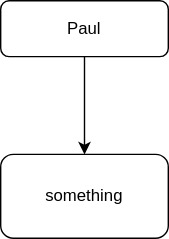
This is docs/paul.drawio.svg from turnbros/paul, a draw.io export, as it was before one commit. Source tidied: cells renumbered, new cells last; positions are measured from the earlier drawing's top-left corner, leaving out a move shared by most shapes. Its diagram source:
```xml
<mxGraphModel>
  <root>
    <mxCell id="0" />
    <mxCell id="1" parent="0" />
    <mxCell id="2" style="edgeStyle=none;html=1;" parent="1" edge="1" source="3" target="4">
      <mxGeometry relative="1" as="geometry" />
    </mxCell>
    <mxCell id="3" value="Paul" style="rounded=1;whiteSpace=wrap;html=1;" parent="1" vertex="1">
      <mxGeometry width="120" height="40" as="geometry" />
    </mxCell>
    <mxCell id="4" value="something" style="whiteSpace=wrap;html=1;rounded=1;" parent="1" vertex="1">
      <mxGeometry y="110" width="120" height="60" as="geometry" />
    </mxCell>
  </root>
</mxGraphModel>
```
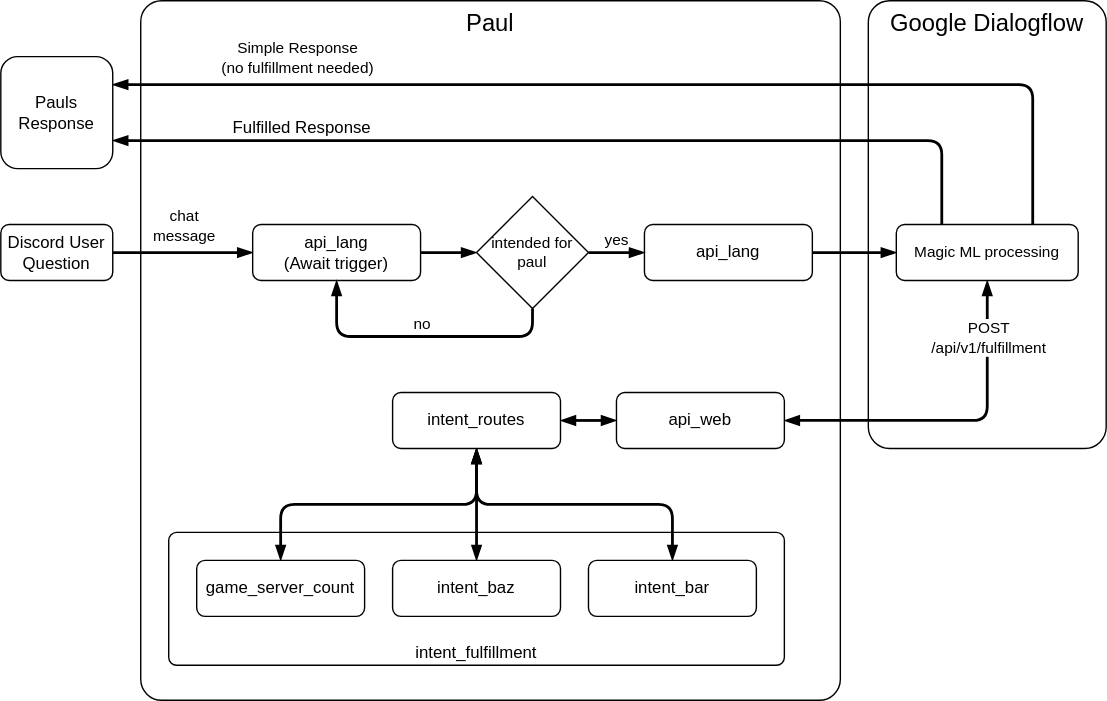
Above is the later version.

Diff of the diagram source:
```diff
@@ -2,14 +2,126 @@
   <root>
     <mxCell id="0" />
     <mxCell id="1" parent="0" />
+    <mxCell id="3" value="Paul" style="rounded=1;whiteSpace=wrap;html=1;arcSize=3;verticalAlign=top;fontSize=17;" parent="1" vertex="1">
+      <mxGeometry x="-240" width="500" height="500" as="geometry" />
+    </mxCell>
+    <mxCell id="5" value="Google Dialogflow" style="rounded=1;whiteSpace=wrap;html=1;imageHeight=24;arcSize=9;verticalAlign=top;fontSize=17;" parent="1" vertex="1">
+      <mxGeometry x="280" width="170" height="320" as="geometry" />
+    </mxCell>
+    <mxCell id="6" value="intent_fulfillment" style="rounded=1;whiteSpace=wrap;html=1;fontSize=12;verticalAlign=bottom;arcSize=6;" parent="1" vertex="1">
+      <mxGeometry x="-220" y="380" width="440" height="95" as="geometry" />
+    </mxCell>
+    <mxCell id="7" style="edgeStyle=none;html=1;strokeWidth=2;endArrow=blockThin;endFill=1;" parent="1" edge="1" source="4" target="2">
+      <mxGeometry relative="1" as="geometry" />
+    </mxCell>
+    <mxCell id="8" value="chat&lt;br&gt;message" style="edgeLabel;html=1;align=center;verticalAlign=middle;" parent="7" vertex="1">
+      <mxGeometry x="-0.1" y="-4" relative="1" as="geometry">
+        <mxPoint x="5" y="-24" as="offset" />
+      </mxGeometry>
+    </mxCell>
+    <mxCell id="4" value="Discord User Question" style="whiteSpace=wrap;html=1;rounded=1;" parent="1" vertex="1">
+      <mxGeometry x="-340" y="160" width="80" height="40" as="geometry" />
+    </mxCell>
+    <mxCell id="9" style="edgeStyle=none;html=1;fontSize=11;strokeWidth=2;endArrow=blockThin;endFill=1;" parent="1" edge="1" source="2" target="16">
+      <mxGeometry relative="1" as="geometry" />
+    </mxCell>
-    <mxCell id="2" style="edgeStyle=none;html=1;" parent="1" edge="1" source="3" target="4">
-      <mxGeometry relative="1" as="geometry" />
+    <mxCell id="2" value="api_lang&lt;br&gt;(Await trigger)" style="whiteSpace=wrap;html=1;rounded=1;" parent="1" vertex="1">
+      <mxGeometry x="-160" y="160" width="120" height="40" as="geometry" />
     </mxCell>
-    <mxCell id="3" value="Paul" style="rounded=1;whiteSpace=wrap;html=1;" parent="1" vertex="1">
-      <mxGeometry width="120" height="40" as="geometry" />
-    </mxCell>
-    <mxCell id="4" value="something" style="whiteSpace=wrap;html=1;rounded=1;" parent="1" vertex="1">
-      <mxGeometry y="110" width="120" height="60" as="geometry" />
-    </mxCell>
+    <mxCell id="10" style="edgeStyle=orthogonalEdgeStyle;rounded=1;html=1;entryX=0;entryY=0.5;entryDx=0;entryDy=0;fontSize=11;strokeWidth=2;endArrow=blockThin;endFill=1;" parent="1" edge="1" source="11" target="23">
+      <mxGeometry relative="1" as="geometry" />
+    </mxCell>
+    <mxCell id="11" value="api_lang" style="whiteSpace=wrap;html=1;rounded=1;" parent="1" vertex="1">
+      <mxGeometry x="120" y="160" width="120" height="40" as="geometry" />
+    </mxCell>
+    <mxCell id="12" style="edgeStyle=orthogonalEdgeStyle;html=1;entryX=0.5;entryY=1;entryDx=0;entryDy=0;fontSize=11;exitX=0.5;exitY=1;exitDx=0;exitDy=0;rounded=1;strokeWidth=2;endArrow=blockThin;endFill=1;" parent="1" edge="1" source="16" target="2">
+      <mxGeometry relative="1" as="geometry">
+        <Array as="points">
+          <mxPoint x="40" y="240" />
+          <mxPoint x="-100" y="240" />
+        </Array>
+      </mxGeometry>
+    </mxCell>
+    <mxCell id="13" value="no" style="edgeLabel;html=1;align=center;verticalAlign=middle;fontSize=11;" parent="12" vertex="1">
+      <mxGeometry x="0.32" y="-3" relative="1" as="geometry">
+        <mxPoint x="32" y="-7" as="offset" />
+      </mxGeometry>
+    </mxCell>
+    <mxCell id="14" style="edgeStyle=orthogonalEdgeStyle;rounded=1;html=1;entryX=0;entryY=0.5;entryDx=0;entryDy=0;fontSize=11;strokeWidth=2;endArrow=blockThin;endFill=1;" parent="1" edge="1" source="16" target="11">
+      <mxGeometry relative="1" as="geometry" />
+    </mxCell>
+    <mxCell id="15" value="yes" style="edgeLabel;html=1;align=center;verticalAlign=middle;fontSize=11;" parent="14" vertex="1">
+      <mxGeometry x="-0.05" y="-2" relative="1" as="geometry">
+        <mxPoint y="-12" as="offset" />
+      </mxGeometry>
+    </mxCell>
+    <mxCell id="16" value="&lt;font style=&quot;font-size: 11px&quot;&gt;intended for paul&lt;/font&gt;" style="rhombus;whiteSpace=wrap;html=1;fontSize=11;" parent="1" vertex="1">
+      <mxGeometry y="140" width="80" height="80" as="geometry" />
+    </mxCell>
+    <mxCell id="17" style="edgeStyle=orthogonalEdgeStyle;rounded=1;html=1;entryX=1;entryY=0.25;entryDx=0;entryDy=0;fontSize=11;exitX=0.75;exitY=0;exitDx=0;exitDy=0;strokeWidth=2;endArrow=blockThin;endFill=1;" parent="1" edge="1" source="23" target="33">
+      <mxGeometry relative="1" as="geometry">
+        <Array as="points">
+          <mxPoint x="398" y="60" />
+        </Array>
+      </mxGeometry>
+    </mxCell>
+    <mxCell id="18" value="Simple Response&lt;br&gt;(no fulfillment needed)" style="edgeLabel;html=1;align=center;verticalAlign=middle;fontSize=11;" parent="17" vertex="1">
+      <mxGeometry x="0.05" y="2" relative="1" as="geometry">
+        <mxPoint x="-229" y="-22" as="offset" />
+      </mxGeometry>
+    </mxCell>
+    <mxCell id="19" style="edgeStyle=orthogonalEdgeStyle;rounded=1;html=1;entryX=1;entryY=0.5;entryDx=0;entryDy=0;fontSize=11;exitX=0.5;exitY=1;exitDx=0;exitDy=0;endArrow=blockThin;endFill=1;startArrow=blockThin;startFill=1;strokeWidth=2;" parent="1" edge="1" source="23" target="25">
+      <mxGeometry relative="1" as="geometry" />
+    </mxCell>
+    <mxCell id="20" value="POST&lt;br&gt;/api/v1/fulfillment" style="edgeLabel;html=1;align=center;verticalAlign=middle;fontSize=11;" parent="19" vertex="1">
+      <mxGeometry x="0.14" y="-2" relative="1" as="geometry">
+        <mxPoint x="39" y="-58" as="offset" />
+      </mxGeometry>
+    </mxCell>
+    <mxCell id="21" style="edgeStyle=orthogonalEdgeStyle;rounded=1;html=1;entryX=1;entryY=0.75;entryDx=0;entryDy=0;fontSize=12;startArrow=none;startFill=0;endArrow=blockThin;endFill=1;strokeWidth=2;exitX=0.25;exitY=0;exitDx=0;exitDy=0;" parent="1" edge="1" source="23" target="33">
+      <mxGeometry relative="1" as="geometry">
+        <Array as="points">
+          <mxPoint x="333" y="100" />
+        </Array>
+      </mxGeometry>
+    </mxCell>
+    <mxCell id="22" value="Fulfilled Response" style="edgeLabel;html=1;align=center;verticalAlign=middle;fontSize=12;" parent="21" vertex="1">
+      <mxGeometry x="0.39" y="2" relative="1" as="geometry">
+        <mxPoint x="-65" y="-12" as="offset" />
+      </mxGeometry>
+    </mxCell>
+    <mxCell id="23" value="Magic ML processing" style="rounded=1;whiteSpace=wrap;html=1;fontSize=11;" parent="1" vertex="1">
+      <mxGeometry x="300" y="160" width="130" height="40" as="geometry" />
+    </mxCell>
+    <mxCell id="24" style="edgeStyle=orthogonalEdgeStyle;rounded=1;html=1;entryX=1;entryY=0.5;entryDx=0;entryDy=0;fontSize=11;startArrow=blockThin;startFill=1;endArrow=blockThin;endFill=1;strokeWidth=2;" parent="1" edge="1" source="25" target="29">
+      <mxGeometry relative="1" as="geometry" />
+    </mxCell>
+    <mxCell id="25" value="api_web" style="whiteSpace=wrap;html=1;rounded=1;" parent="1" vertex="1">
+      <mxGeometry x="100" y="280" width="120" height="40" as="geometry" />
+    </mxCell>
+    <mxCell id="26" style="edgeStyle=orthogonalEdgeStyle;rounded=1;html=1;fontSize=12;startArrow=blockThin;startFill=1;endArrow=blockThin;endFill=1;strokeWidth=2;" parent="1" edge="1" source="29" target="32">
+      <mxGeometry relative="1" as="geometry" />
+    </mxCell>
+    <mxCell id="27" style="edgeStyle=orthogonalEdgeStyle;rounded=1;html=1;fontSize=12;startArrow=blockThin;startFill=1;endArrow=blockThin;endFill=1;strokeWidth=2;exitX=0.5;exitY=1;exitDx=0;exitDy=0;" parent="1" edge="1" source="29" target="30">
+      <mxGeometry relative="1" as="geometry" />
+    </mxCell>
+    <mxCell id="28" style="edgeStyle=orthogonalEdgeStyle;rounded=1;html=1;entryX=0.5;entryY=0;entryDx=0;entryDy=0;fontSize=12;startArrow=blockThin;startFill=1;endArrow=blockThin;endFill=1;strokeWidth=2;exitX=0.5;exitY=1;exitDx=0;exitDy=0;" parent="1" edge="1" source="29" target="31">
+      <mxGeometry relative="1" as="geometry" />
+    </mxCell>
+    <mxCell id="29" value="intent_routes" style="whiteSpace=wrap;html=1;rounded=1;" parent="1" vertex="1">
+      <mxGeometry x="-60" y="280" width="120" height="40" as="geometry" />
+    </mxCell>
+    <mxCell id="30" value="game_server_count" style="whiteSpace=wrap;html=1;rounded=1;" parent="1" vertex="1">
+      <mxGeometry x="-200" y="400" width="120" height="40" as="geometry" />
+    </mxCell>
+    <mxCell id="31" value="intent_bar" style="whiteSpace=wrap;html=1;rounded=1;" parent="1" vertex="1">
+      <mxGeometry x="80" y="400" width="120" height="40" as="geometry" />
+    </mxCell>
+    <mxCell id="32" value="intent_baz" style="whiteSpace=wrap;html=1;rounded=1;" parent="1" vertex="1">
+      <mxGeometry x="-60" y="400" width="120" height="40" as="geometry" />
+    </mxCell>
+    <mxCell id="33" value="Pauls Response" style="whiteSpace=wrap;html=1;rounded=1;" parent="1" vertex="1">
+      <mxGeometry x="-340" y="40" width="80" height="80" as="geometry" />
+    </mxCell>
   </root>
 </mxGraphModel>
```
